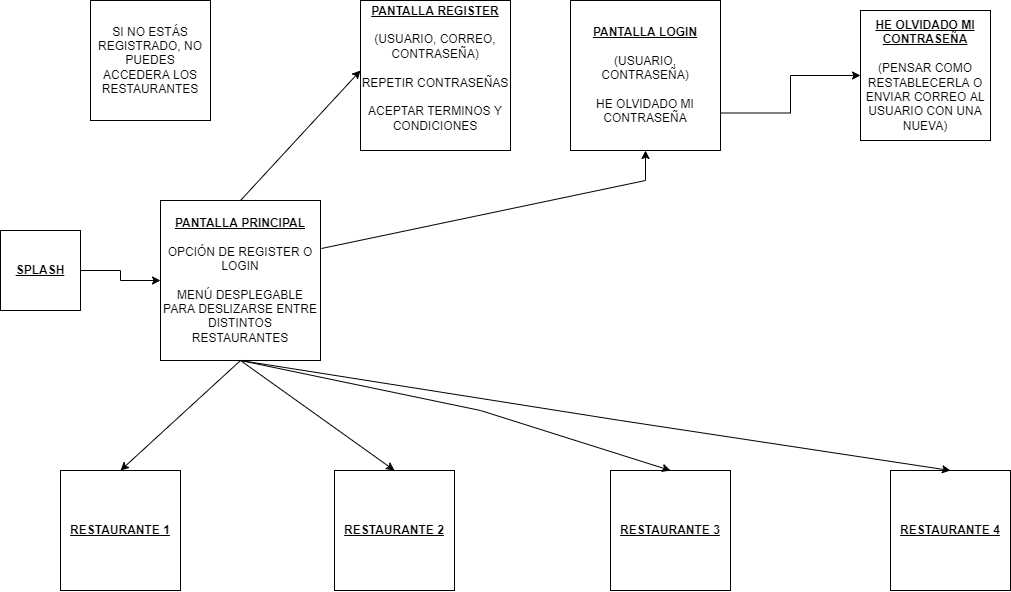
The draw.io diagram Diagrama sin título.drawio.png in angelcriber99/jerou, before a commit. Source tidied: cells renumbered, new cells last; positions are measured from the earlier drawing's top-left corner, leaving out a move shared by most shapes.
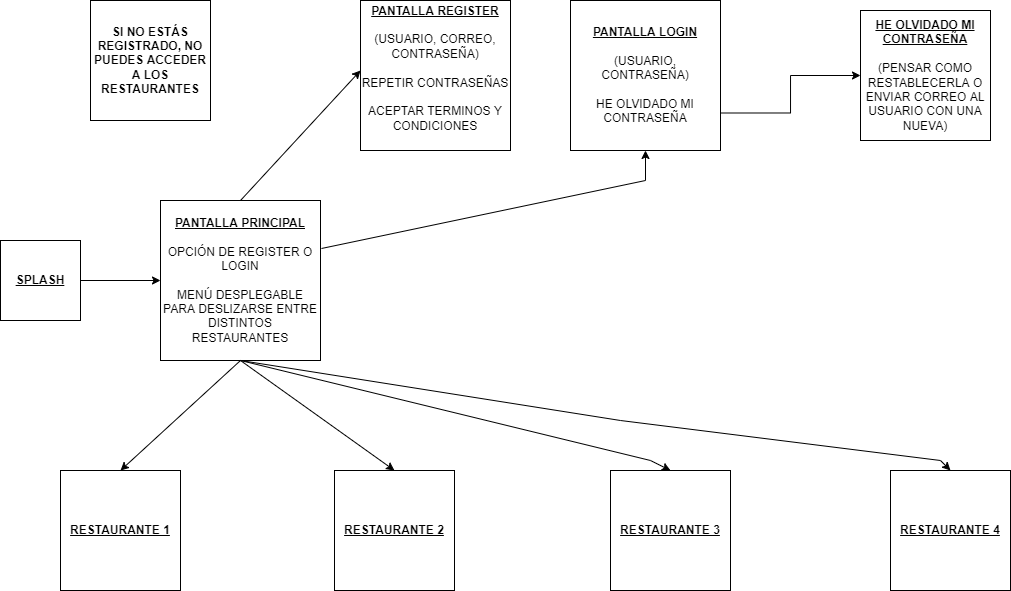
The same file after the commit.

The edit, as a diff of the source:
```diff
@@ -6,7 +6,7 @@
       <mxGeometry relative="1" as="geometry" />
     </mxCell>
     <mxCell id="3" value="&lt;b&gt;&lt;u&gt;SPLASH&lt;/u&gt;&lt;/b&gt;" style="whiteSpace=wrap;html=1;" parent="1" vertex="1">
-      <mxGeometry y="230" width="80" height="80" as="geometry" />
+      <mxGeometry y="240" width="80" height="80" as="geometry" />
     </mxCell>
     <mxCell id="4" value="&lt;b&gt;&lt;u&gt;PANTALLA PRINCIPAL&lt;/u&gt;&lt;/b&gt;&lt;br&gt;&lt;br&gt;OPCIÓN DE REGISTER O LOGIN&lt;br&gt;&lt;br&gt;MENÚ DESPLEGABLE PARA DESLIZARSE ENTRE DISTINTOS RESTAURANTES" style="whiteSpace=wrap;html=1;" parent="1" vertex="1">
       <mxGeometry x="160" y="200" width="160" height="160" as="geometry" />
@@ -53,7 +53,7 @@
     <mxCell id="16" style="endArrow=classic;html=1;rounded=0;exitX=0.5;exitY=1;exitDx=0;exitDy=0;entryX=0.5;entryY=0;entryDx=0;entryDy=0;" parent="1" edge="1" source="4" target="12">
       <mxGeometry relative="1" as="geometry">
         <Array as="points">
-          <mxPoint x="480" y="410" />
+          <mxPoint x="650" y="460" />
         </Array>
       </mxGeometry>
     </mxCell>
@@ -61,13 +61,14 @@
       <mxGeometry relative="1" as="geometry">
         <Array as="points">
           <mxPoint x="620" y="420" />
+          <mxPoint x="940" y="460" />
         </Array>
       </mxGeometry>
     </mxCell>
     <mxCell id="18" value="&lt;b&gt;&lt;u&gt;HE OLVIDADO MI CONTRASEÑA&lt;/u&gt;&lt;/b&gt;&lt;br&gt;&lt;br&gt;(PENSAR COMO RESTABLECERLA O ENVIAR CORREO AL USUARIO CON UNA NUEVA)" style="whiteSpace=wrap;html=1;" parent="1" vertex="1">
       <mxGeometry x="860" y="10" width="130" height="130" as="geometry" />
     </mxCell>
-    <mxCell id="19" value="SI NO ESTÁS REGISTRADO, NO PUEDES ACCEDERA LOS RESTAURANTES" style="whiteSpace=wrap;html=1;" parent="1" vertex="1">
+    <mxCell id="19" value="&lt;b&gt;SI NO ESTÁS REGISTRADO, NO PUEDES ACCEDER A LOS RESTAURANTES&lt;/b&gt;" style="whiteSpace=wrap;html=1;" parent="1" vertex="1">
       <mxGeometry x="90" width="120" height="120" as="geometry" />
     </mxCell>
   </root>
```
